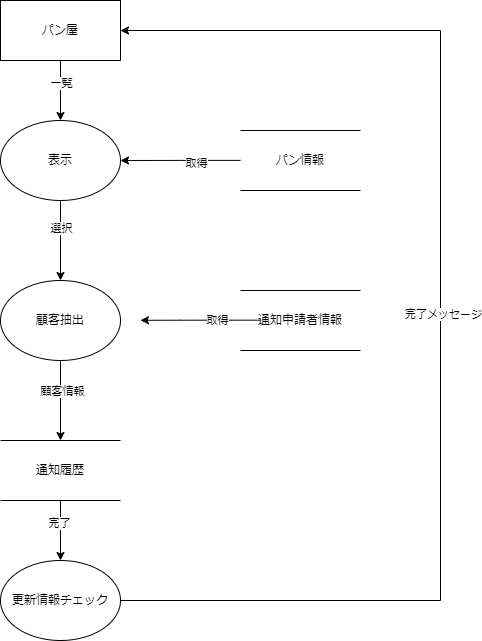
Before: DFD/通知送信.drawio.png, a diagram exported from draw.io (Pyama1013/Sotsu.Gamen). Source tidied: cells renumbered, new cells last; positions are measured from the earlier drawing's top-left corner, leaving out a move shared by most shapes.
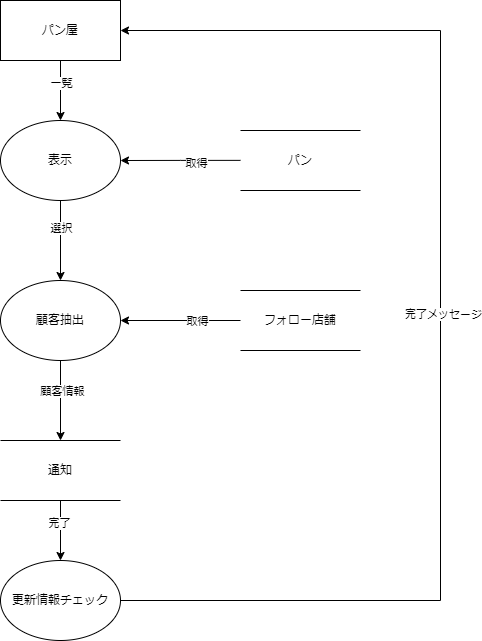
After the change.

Commit message:
通知送信.drawio.png を更新します

Change to the diagram source:
```diff
@@ -37,15 +37,8 @@
     <mxCell id="12" value="顧客抽出" style="ellipse;whiteSpace=wrap;html=1;" parent="1" vertex="1">
       <mxGeometry y="280" width="120" height="80" as="geometry" />
     </mxCell>
-    <mxCell id="13" style="edgeStyle=orthogonalEdgeStyle;rounded=0;orthogonalLoop=1;jettySize=auto;html=1;exitX=1;exitY=0.5;exitDx=0;exitDy=0;" parent="1" edge="1">
-      <mxGeometry relative="1" as="geometry">
-        <mxPoint x="260" y="319.7" as="sourcePoint" />
-        <mxPoint x="140" y="319.8" as="targetPoint" />
-        <Array as="points">
-          <mxPoint x="180" y="319.8" />
-          <mxPoint x="180" y="319.8" />
-        </Array>
-      </mxGeometry>
+    <mxCell id="13" style="edgeStyle=orthogonalEdgeStyle;rounded=0;jettySize=auto;html=1;exitX=0;exitY=0.5;exitDx=0;exitDy=0;entryX=1;entryY=0.5;entryDx=0;entryDy=0;" parent="1" edge="1" source="21" target="12">
+      <mxGeometry relative="1" as="geometry" />
     </mxCell>
     <mxCell id="14" value="取得" style="edgeLabel;html=1;align=center;verticalAlign=middle;" parent="13" vertex="1">
       <mxGeometry x="-0.26" relative="1" as="geometry" />
@@ -70,13 +63,13 @@
     <mxCell id="19" value="完了メッセージ" style="edgeLabel;html=1;align=center;verticalAlign=middle;" parent="18" vertex="1">
       <mxGeometry y="-2" relative="1" as="geometry" />
     </mxCell>
-    <mxCell id="20" value="通知履歴" style="shape=partialRectangle;whiteSpace=wrap;html=1;left=0;right=0;fillColor=none;" parent="1" vertex="1">
+    <mxCell id="20" value="通知" style="shape=partialRectangle;whiteSpace=wrap;html=1;left=0;right=0;fillColor=none;" parent="1" vertex="1">
       <mxGeometry y="440" width="120" height="60" as="geometry" />
     </mxCell>
-    <mxCell id="21" value="通知申請者情報" style="shape=partialRectangle;whiteSpace=wrap;html=1;left=0;right=0;fillColor=none;" parent="1" vertex="1">
+    <mxCell id="21" value="フォロー店舗" style="shape=partialRectangle;whiteSpace=wrap;html=1;left=0;right=0;fillColor=none;" parent="1" vertex="1">
       <mxGeometry x="240" y="290" width="120" height="60" as="geometry" />
     </mxCell>
-    <mxCell id="22" value="パン情報" style="shape=partialRectangle;whiteSpace=wrap;html=1;left=0;right=0;fillColor=none;" parent="1" vertex="1">
+    <mxCell id="22" value="パン" style="shape=partialRectangle;whiteSpace=wrap;html=1;left=0;right=0;fillColor=none;" parent="1" vertex="1">
       <mxGeometry x="240" y="130" width="120" height="60" as="geometry" />
     </mxCell>
   </root>
```
